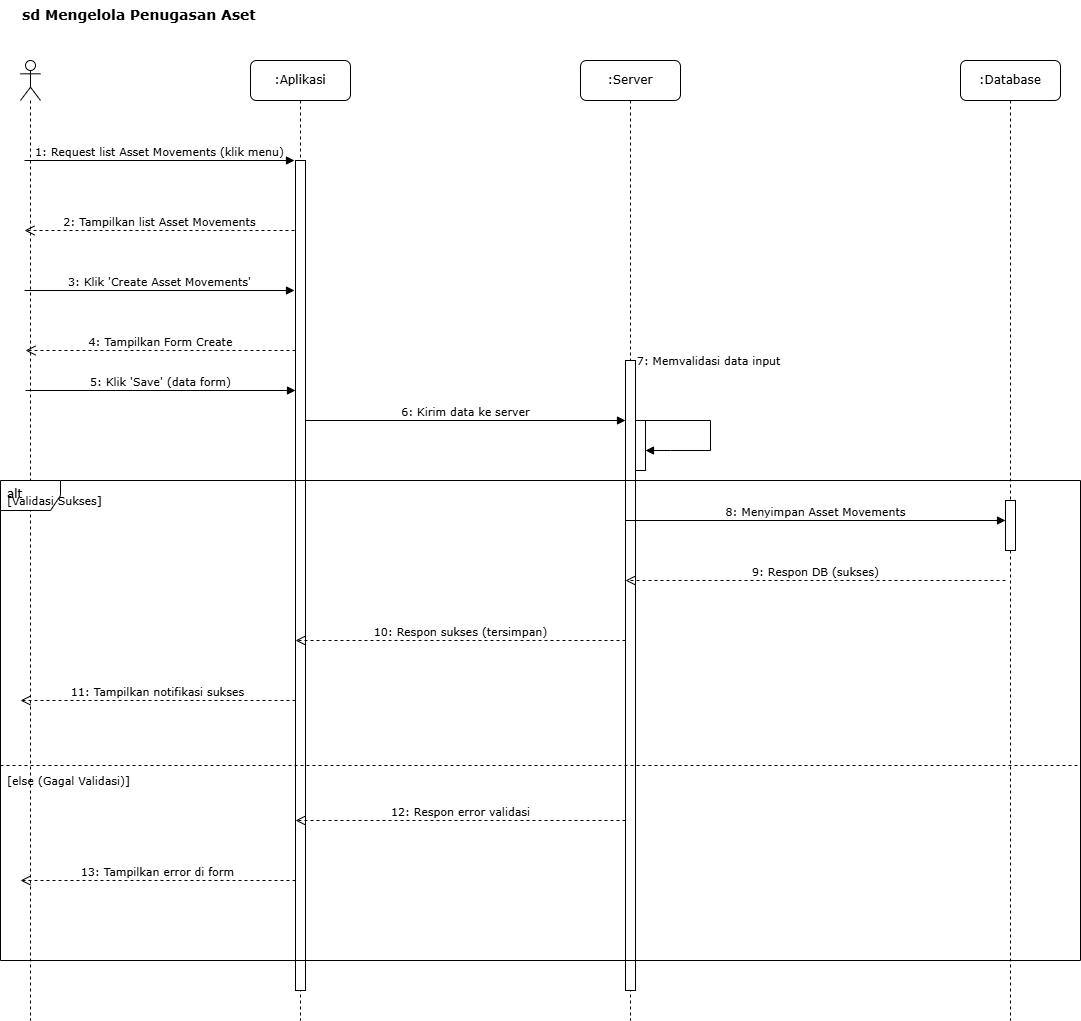
Earlier version of the draw.io export Diagram/sequence-diagram-skripsi-mengelola-penugasan-aset.drawio.png (Rizz404/SKRIPSI_V2). Source tidied: cells renumbered, new cells last; positions are measured from the earlier drawing's top-left corner, leaving out a move shared by most shapes.
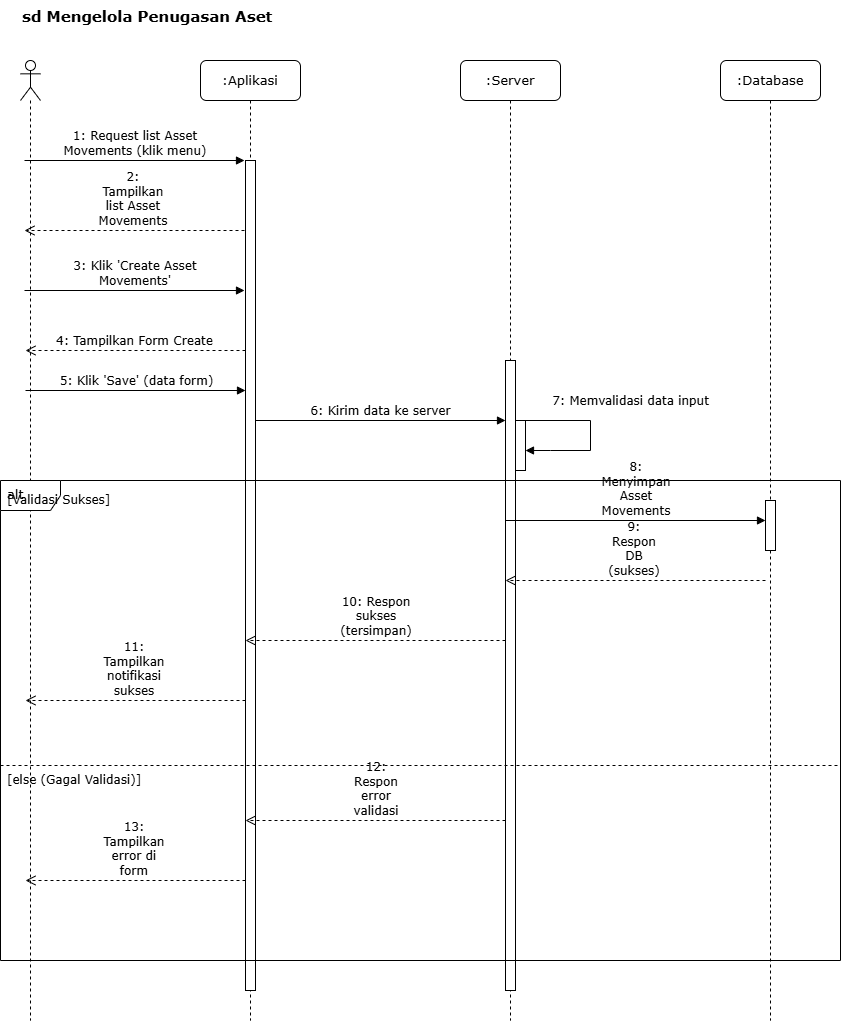
Later version of the same file.

Change to the diagram source:
```diff
@@ -2,125 +2,125 @@
   <root>
     <mxCell id="0" />
     <mxCell id="1" parent="0" />
-    <mxCell id="2" value="sd Mengelola Penugasan Aset" style="text;html=1;strokeColor=none;fillColor=none;align=left;verticalAlign=top;whiteSpace=wrap;rounded=0;fontFamily=Verdana;fontSize=14;fontStyle=1;" parent="1" vertex="1">
-      <mxGeometry x="20" width="320" height="30" as="geometry" />
+    <mxCell id="2" value="sd Mengelola Penugasan Aset" style="text;html=1;strokeColor=none;fillColor=none;align=left;verticalAlign=top;whiteSpace=wrap;rounded=0;fontFamily=Verdana;fontSize=15;fontStyle=1;" parent="1" vertex="1">
+      <mxGeometry x="-60" width="320" height="30" as="geometry" />
     </mxCell>
     <mxCell id="3" style="shape=umlLifeline;perimeter=lifelinePerimeter;whiteSpace=wrap;html=1;newEdgeStyle={&quot;curved&quot;:0,&quot;rounded&quot;:0};participant=umlActor;" parent="1" vertex="1">
-      <mxGeometry x="20" y="60" width="20" height="960" as="geometry" />
+      <mxGeometry x="-60" y="60" width="20" height="960" as="geometry" />
     </mxCell>
-    <mxCell id="4" value=":Aplikasi" style="shape=umlLifeline;perimeter=lifelinePerimeter;whiteSpace=wrap;html=1;rounded=1;shadow=0;comic=0;labelBackgroundColor=none;strokeWidth=1;fontFamily=Verdana;fontSize=12;align=center;" parent="1" vertex="1">
-      <mxGeometry x="250" y="60" width="100" height="960" as="geometry" />
+    <mxCell id="4" value=":Aplikasi" style="shape=umlLifeline;perimeter=lifelinePerimeter;whiteSpace=wrap;html=1;rounded=1;shadow=0;comic=0;labelBackgroundColor=none;strokeWidth=1;fontFamily=Verdana;fontSize=13;align=center;" parent="1" vertex="1">
+      <mxGeometry x="120" y="60" width="100" height="960" as="geometry" />
     </mxCell>
-    <mxCell id="5" value=":Server" style="shape=umlLifeline;perimeter=lifelinePerimeter;whiteSpace=wrap;html=1;rounded=1;shadow=0;comic=0;labelBackgroundColor=none;strokeWidth=1;fontFamily=Verdana;fontSize=12;align=center;" parent="1" vertex="1">
-      <mxGeometry x="580" y="60" width="100" height="960" as="geometry" />
+    <mxCell id="5" value=":Server" style="shape=umlLifeline;perimeter=lifelinePerimeter;whiteSpace=wrap;html=1;rounded=1;shadow=0;comic=0;labelBackgroundColor=none;strokeWidth=1;fontFamily=Verdana;fontSize=13;align=center;" parent="1" vertex="1">
+      <mxGeometry x="380" y="60" width="100" height="960" as="geometry" />
     </mxCell>
-    <mxCell id="6" value=":Database" style="shape=umlLifeline;perimeter=lifelinePerimeter;whiteSpace=wrap;html=1;rounded=1;shadow=0;comic=0;labelBackgroundColor=none;strokeWidth=1;fontFamily=Verdana;fontSize=12;align=center;" parent="1" vertex="1">
-      <mxGeometry x="960" y="60" width="100" height="960" as="geometry" />
+    <mxCell id="6" value=":Database" style="shape=umlLifeline;perimeter=lifelinePerimeter;whiteSpace=wrap;html=1;rounded=1;shadow=0;comic=0;labelBackgroundColor=none;strokeWidth=1;fontFamily=Verdana;fontSize=13;align=center;" parent="1" vertex="1">
+      <mxGeometry x="640" y="60" width="100" height="960" as="geometry" />
     </mxCell>
     <mxCell id="7" style="html=1;points=[];perimeter=orthogonalPerimeter;fillColor=#ffffff;strokeColor=#000000;strokeWidth=1;" parent="1" vertex="1">
-      <mxGeometry x="295" y="160" width="10" height="830" as="geometry" />
+      <mxGeometry x="165" y="160" width="10" height="830" as="geometry" />
     </mxCell>
     <mxCell id="8" style="html=1;perimeter=orthogonalPerimeter;fillColor=#ffffff;strokeColor=#000000;strokeWidth=1;" parent="1" vertex="1">
-      <mxGeometry x="625" y="360" width="10" height="630" as="geometry" />
+      <mxGeometry x="425" y="360" width="10" height="630" as="geometry" />
     </mxCell>
     <mxCell id="9" style="html=1;perimeter=orthogonalPerimeter;fillColor=#ffffff;strokeColor=#000000;strokeWidth=1;" parent="1" vertex="1">
-      <mxGeometry x="1005" y="500" width="10" height="50" as="geometry" />
+      <mxGeometry x="685" y="500" width="10" height="50" as="geometry" />
     </mxCell>
-    <mxCell id="10" value="1: Request list Asset Movements (klik menu)" style="html=1;verticalAlign=bottom;labelBackgroundColor=none;endArrow=block;rounded=0;fontFamily=Verdana;fontSize=11;" parent="1" edge="1">
+    <mxCell id="10" value="1: Request list Asset Movements (klik menu)" style="html=1;verticalAlign=bottom;labelBackgroundColor=none;endArrow=block;rounded=0;fontFamily=Verdana;fontSize=12;whiteSpace=wrap;" parent="1" edge="1">
       <mxGeometry relative="1" as="geometry">
-        <mxPoint x="24" y="160" as="sourcePoint" />
-        <mxPoint x="294" y="160" as="targetPoint" />
+        <mxPoint x="-56" y="160" as="sourcePoint" />
+        <mxPoint x="164" y="160" as="targetPoint" />
       </mxGeometry>
     </mxCell>
-    <mxCell id="11" value="2: Tampilkan list Asset Movements" style="html=1;verticalAlign=bottom;endArrow=open;dashed=1;endSize=8;labelBackgroundColor=none;fontFamily=Verdana;fontSize=11;" parent="1" edge="1">
+    <mxCell id="11" value="2: Tampilkan list Asset Movements" style="html=1;verticalAlign=bottom;endArrow=open;dashed=1;endSize=8;labelBackgroundColor=none;fontFamily=Verdana;fontSize=12;whiteSpace=wrap;" parent="1" edge="1">
       <mxGeometry relative="1" as="geometry">
-        <mxPoint x="294" y="230" as="sourcePoint" />
-        <mxPoint x="24" y="230" as="targetPoint" />
+        <mxPoint x="164" y="230" as="sourcePoint" />
+        <mxPoint x="-56" y="230" as="targetPoint" />
       </mxGeometry>
     </mxCell>
-    <mxCell id="12" value="3: Klik 'Create Asset Movements'" style="html=1;verticalAlign=bottom;labelBackgroundColor=none;endArrow=block;rounded=0;fontFamily=Verdana;fontSize=11;" parent="1" edge="1">
+    <mxCell id="12" value="3: Klik 'Create Asset Movements'" style="html=1;verticalAlign=bottom;labelBackgroundColor=none;endArrow=block;rounded=0;fontFamily=Verdana;fontSize=12;whiteSpace=wrap;" parent="1" edge="1">
       <mxGeometry relative="1" as="geometry">
-        <mxPoint x="24" y="290" as="sourcePoint" />
-        <mxPoint x="294" y="290" as="targetPoint" />
+        <mxPoint x="-56" y="290" as="sourcePoint" />
+        <mxPoint x="164" y="290" as="targetPoint" />
       </mxGeometry>
     </mxCell>
-    <mxCell id="13" value="4: Tampilkan Form Create" style="html=1;verticalAlign=bottom;endArrow=open;dashed=1;endSize=8;labelBackgroundColor=none;fontFamily=Verdana;fontSize=11;" parent="1" edge="1">
+    <mxCell id="13" value="4: Tampilkan Form Create" style="html=1;verticalAlign=bottom;endArrow=open;dashed=1;endSize=8;labelBackgroundColor=none;fontFamily=Verdana;fontSize=12;" parent="1" edge="1">
       <mxGeometry relative="1" as="geometry">
-        <mxPoint x="295" y="350" as="sourcePoint" />
-        <mxPoint x="25" y="350" as="targetPoint" />
+        <mxPoint x="165" y="350" as="sourcePoint" />
+        <mxPoint x="-55" y="350" as="targetPoint" />
       </mxGeometry>
     </mxCell>
-    <mxCell id="14" value="5: Klik 'Save' (data form)" style="html=1;verticalAlign=bottom;labelBackgroundColor=none;endArrow=block;rounded=0;fontFamily=Verdana;fontSize=11;" parent="1" edge="1">
+    <mxCell id="14" value="5: Klik 'Save' (data form)" style="html=1;verticalAlign=bottom;labelBackgroundColor=none;endArrow=block;rounded=0;fontFamily=Verdana;fontSize=12;" parent="1" edge="1">
       <mxGeometry relative="1" as="geometry">
-        <mxPoint x="25" y="390" as="sourcePoint" />
-        <mxPoint x="295" y="390" as="targetPoint" />
+        <mxPoint x="-55" y="390" as="sourcePoint" />
+        <mxPoint x="165" y="390" as="targetPoint" />
       </mxGeometry>
     </mxCell>
-    <mxCell id="15" value="6: Kirim data ke server" style="html=1;verticalAlign=bottom;endArrow=block;labelBackgroundColor=none;fontFamily=Verdana;fontSize=11;" parent="1" edge="1" source="7">
+    <mxCell id="15" value="6: Kirim data ke server" style="html=1;verticalAlign=bottom;endArrow=block;labelBackgroundColor=none;fontFamily=Verdana;fontSize=12;" parent="1" edge="1" source="7">
       <mxGeometry relative="1" as="geometry">
-        <mxPoint x="625" y="420" as="targetPoint" />
+        <mxPoint x="425" y="420" as="targetPoint" />
       </mxGeometry>
     </mxCell>
     <mxCell id="16" style="html=1;points=[];perimeter=orthogonalPerimeter;fillColor=#ffffff;strokeColor=#000000;strokeWidth=1;" parent="1" vertex="1">
-      <mxGeometry x="635" y="420" width="10" height="50" as="geometry" />
+      <mxGeometry x="435" y="420" width="10" height="50" as="geometry" />
     </mxCell>
-    <mxCell id="17" value="7: Memvalidasi data input" style="html=1;verticalAlign=bottom;endArrow=block;curved=0;labelBackgroundColor=none;fontFamily=Verdana;fontSize=11;rounded=0;" parent="1" edge="1" target="16">
+    <mxCell id="17" value="7: Memvalidasi data input" style="html=1;verticalAlign=bottom;endArrow=block;curved=0;labelBackgroundColor=none;fontFamily=Verdana;fontSize=12;rounded=0;" parent="1" edge="1" target="16">
       <mxGeometry x="-0.13" y="41" relative="1" as="geometry">
-        <mxPoint x="635" y="420" as="sourcePoint" />
+        <mxPoint x="435" y="420" as="sourcePoint" />
         <Array as="points">
-          <mxPoint x="710" y="420" />
-          <mxPoint x="710" y="450" />
-          <mxPoint x="670" y="450" />
+          <mxPoint x="510" y="420" />
+          <mxPoint x="510" y="450" />
+          <mxPoint x="470" y="450" />
         </Array>
         <mxPoint x="-1" y="-10" as="offset" />
       </mxGeometry>
     </mxCell>
-    <mxCell id="18" value="alt" style="shape=umlFrame;whiteSpace=wrap;html=1;verticalAlign=top;align=left;spacingLeft=5;fontFamily=Verdana;fontSize=12;" parent="1" vertex="1">
-      <mxGeometry y="480" width="1080" height="480" as="geometry" />
+    <mxCell id="18" value="alt" style="shape=umlFrame;whiteSpace=wrap;html=1;verticalAlign=top;align=left;spacingLeft=5;fontFamily=Verdana;fontSize=13;" parent="1" vertex="1">
+      <mxGeometry x="-80" y="480" width="840" height="480" as="geometry" />
     </mxCell>
-    <mxCell id="19" value="[Validasi Sukses]" style="text;html=1;align=left;verticalAlign=middle;strokeColor=none;fillColor=none;fontFamily=Verdana;fontSize=11;" parent="18" vertex="1">
-      <mxGeometry x="5" y="5" width="110" height="30" as="geometry" />
+    <mxCell id="19" value="[Validasi Sukses]" style="text;html=1;align=left;verticalAlign=middle;strokeColor=none;fillColor=none;fontFamily=Verdana;fontSize=12;" parent="18" vertex="1">
+      <mxGeometry x="5" y="5" width="120" height="30" as="geometry" />
     </mxCell>
-    <mxCell id="20" value="8: Menyimpan Asset Movements" style="html=1;verticalAlign=bottom;endArrow=block;labelBackgroundColor=none;fontFamily=Verdana;fontSize=11;" parent="18" edge="1">
+    <mxCell id="20" value="8: Menyimpan Asset Movements" style="html=1;verticalAlign=bottom;endArrow=block;labelBackgroundColor=none;fontFamily=Verdana;fontSize=12;whiteSpace=wrap;" parent="18" edge="1">
       <mxGeometry relative="1" as="geometry">
-        <mxPoint x="625" y="40" as="sourcePoint" />
-        <mxPoint x="1005" y="40" as="targetPoint" />
+        <mxPoint x="505" y="40" as="sourcePoint" />
+        <mxPoint x="765" y="40" as="targetPoint" />
       </mxGeometry>
     </mxCell>
-    <mxCell id="21" value="9: Respon DB (sukses)" style="html=1;verticalAlign=bottom;endArrow=open;dashed=1;endSize=8;labelBackgroundColor=none;fontFamily=Verdana;fontSize=11;" parent="18" edge="1">
+    <mxCell id="21" value="9: Respon DB (sukses)" style="html=1;verticalAlign=bottom;endArrow=open;dashed=1;endSize=8;labelBackgroundColor=none;fontFamily=Verdana;fontSize=12;whiteSpace=wrap;" parent="18" edge="1">
       <mxGeometry relative="1" as="geometry">
-        <mxPoint x="1005" y="100" as="sourcePoint" />
-        <mxPoint x="625" y="100" as="targetPoint" />
+        <mxPoint x="765" y="100" as="sourcePoint" />
+        <mxPoint x="505" y="100" as="targetPoint" />
       </mxGeometry>
     </mxCell>
-    <mxCell id="22" value="10: Respon sukses (tersimpan)" style="html=1;verticalAlign=bottom;endArrow=open;dashed=1;endSize=8;labelBackgroundColor=none;fontFamily=Verdana;fontSize=11;" parent="18" edge="1">
+    <mxCell id="22" value="10: Respon sukses (tersimpan)" style="html=1;verticalAlign=bottom;endArrow=open;dashed=1;endSize=8;labelBackgroundColor=none;fontFamily=Verdana;fontSize=12;whiteSpace=wrap;" parent="18" edge="1">
       <mxGeometry relative="1" as="geometry">
-        <mxPoint x="625" y="160" as="sourcePoint" />
-        <mxPoint x="295" y="160" as="targetPoint" />
+        <mxPoint x="505" y="160" as="sourcePoint" />
+        <mxPoint x="245" y="160" as="targetPoint" />
       </mxGeometry>
     </mxCell>
-    <mxCell id="23" value="11: Tampilkan notifikasi sukses" style="html=1;verticalAlign=bottom;endArrow=open;dashed=1;endSize=8;labelBackgroundColor=none;fontFamily=Verdana;fontSize=11;" parent="18" edge="1">
+    <mxCell id="23" value="11: Tampilkan notifikasi sukses" style="html=1;verticalAlign=bottom;endArrow=open;dashed=1;endSize=8;labelBackgroundColor=none;fontFamily=Verdana;fontSize=12;whiteSpace=wrap;" parent="18" edge="1">
       <mxGeometry relative="1" as="geometry">
-        <mxPoint x="295" y="220" as="sourcePoint" />
-        <mxPoint x="20" y="220" as="targetPoint" />
+        <mxPoint x="245" y="220" as="sourcePoint" />
+        <mxPoint x="25" y="220" as="targetPoint" />
       </mxGeometry>
     </mxCell>
     <mxCell id="24" style="line;html=1;strokeWidth=1;dashed=1;align=center;verticalAlign=middle;" parent="18" vertex="1">
-      <mxGeometry y="280" width="1080" height="10" as="geometry" />
+      <mxGeometry y="280" width="840" height="10" as="geometry" />
     </mxCell>
-    <mxCell id="25" value="[else (Gagal Validasi)]" style="text;html=1;align=left;verticalAlign=middle;strokeColor=none;fillColor=none;fontFamily=Verdana;fontSize=11;" parent="18" vertex="1">
-      <mxGeometry x="5" y="285" width="140" height="30" as="geometry" />
+    <mxCell id="25" value="[else (Gagal Validasi)]" style="text;html=1;align=left;verticalAlign=middle;strokeColor=none;fillColor=none;fontFamily=Verdana;fontSize=12;" parent="18" vertex="1">
+      <mxGeometry x="5" y="285" width="150" height="30" as="geometry" />
     </mxCell>
-    <mxCell id="26" value="12: Respon error validasi" style="html=1;verticalAlign=bottom;endArrow=open;dashed=1;endSize=8;labelBackgroundColor=none;fontFamily=Verdana;fontSize=11;" parent="18" edge="1">
+    <mxCell id="26" value="12: Respon error validasi" style="html=1;verticalAlign=bottom;endArrow=open;dashed=1;endSize=8;labelBackgroundColor=none;fontFamily=Verdana;fontSize=12;whiteSpace=wrap;" parent="18" edge="1">
       <mxGeometry relative="1" as="geometry">
-        <mxPoint x="625" y="340" as="sourcePoint" />
-        <mxPoint x="295" y="340" as="targetPoint" />
+        <mxPoint x="505" y="340" as="sourcePoint" />
+        <mxPoint x="245" y="340" as="targetPoint" />
       </mxGeometry>
     </mxCell>
-    <mxCell id="27" value="13: Tampilkan error di form" style="html=1;verticalAlign=bottom;endArrow=open;dashed=1;endSize=8;labelBackgroundColor=none;fontFamily=Verdana;fontSize=11;" parent="18" edge="1">
+    <mxCell id="27" value="13: Tampilkan error di form" style="html=1;verticalAlign=bottom;endArrow=open;dashed=1;endSize=8;labelBackgroundColor=none;fontFamily=Verdana;fontSize=12;whiteSpace=wrap;" parent="18" edge="1">
       <mxGeometry relative="1" as="geometry">
-        <mxPoint x="295" y="400" as="sourcePoint" />
-        <mxPoint x="20" y="400" as="targetPoint" />
+        <mxPoint x="245" y="400" as="sourcePoint" />
+        <mxPoint x="25" y="400" as="targetPoint" />
       </mxGeometry>
     </mxCell>
   </root>
```
